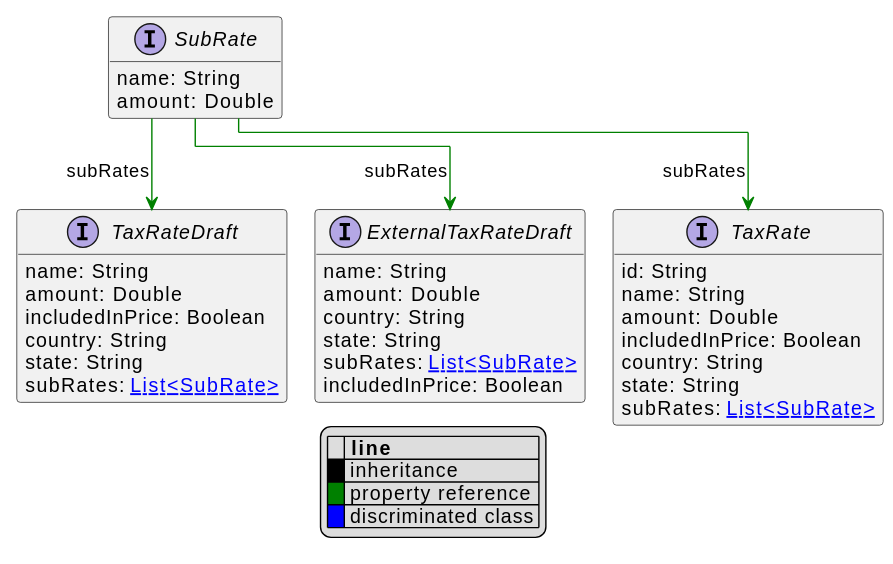
Before: uml/api/svg/SubRate.svg, a diagram exported from PlantUML (commercetools/commercetools-api-reference).
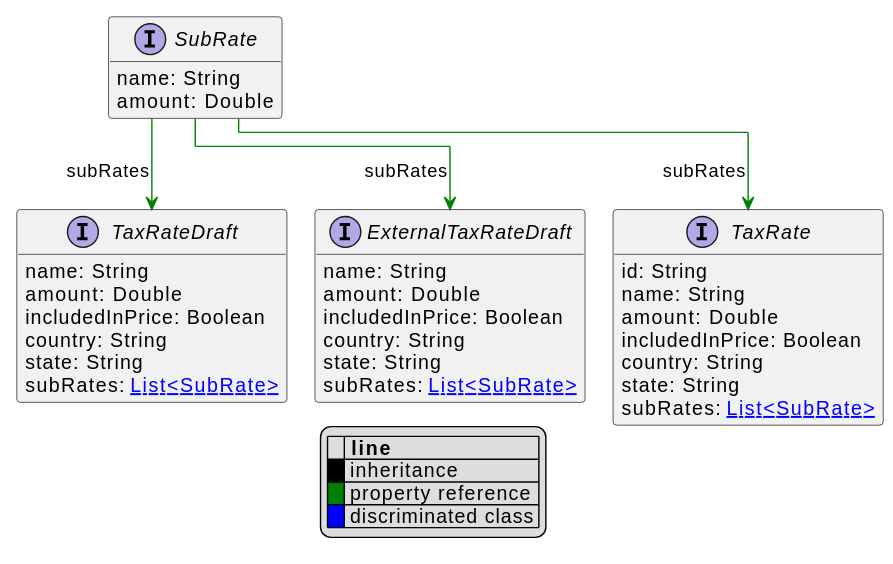
Above is the later version.

The edit, as a diff of the source:
```diff
@@ -18,10 +18,10 @@
 interface ExternalTaxRateDraft [[ExternalTaxRateDraft.svg]]  {
     name: String
     amount: Double
+    includedInPrice: Boolean
     country: String
     state: String
     subRates: [[SubRate.svg List<SubRate>]]
-    includedInPrice: Boolean
 }
 interface TaxRate [[TaxRate.svg]]  {
     id: String
```
